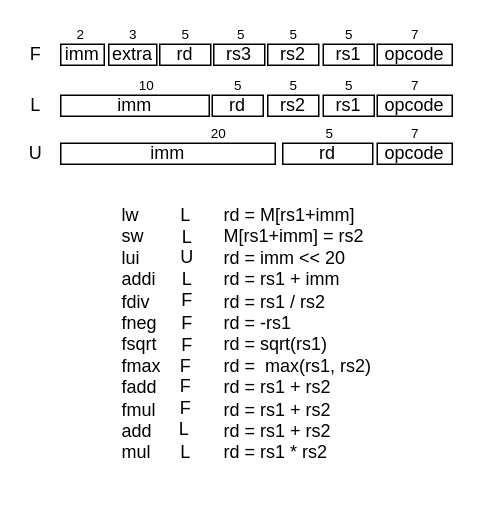
HaMeNopeDiot/hardware_gpu keeps this draw.io diagram as docs/starukhin_dissertation/images/svg/isa.drawio. Above is the earlier version. Source tidied: cells renumbered, new cells numbered last; positions are measured from the earlier drawing's top-left corner, leaving out a move shared by most shapes. Both pictures are drawn from the tidied source at 150%, with x=0, y=0 at pixel (26, 26).
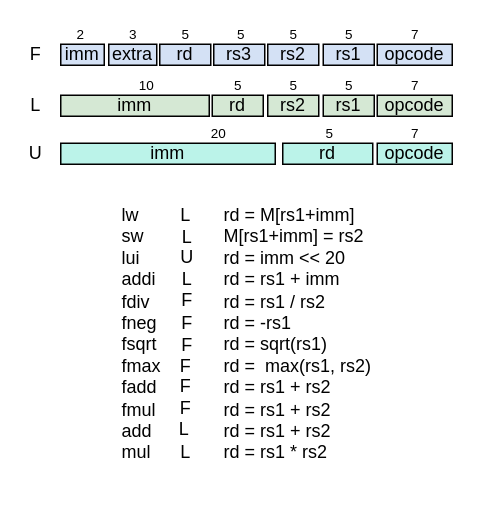
The same diagram, later.

Change to the diagram source:
```diff
@@
-    <mxCell id="4" value="&lt;font style=&quot;color: light-dark(rgb(0, 0, 0), rgb(0, 0, 0));&quot;&gt;rd&lt;/font&gt;" style="rounded=0;whiteSpace=wrap;html=1;fillColor=light-dark(#FFFFFF,#FFFFFF);strokeColor=light-dark(#000000,#000000);" parent="1" vertex="1">
+    <mxCell id="4" value="&lt;font style=&quot;color: light-dark(rgb(0, 0, 0), rgb(0, 0, 0));&quot;&gt;rd&lt;/font&gt;" style="rounded=0;whiteSpace=wrap;html=1;fillColor=light-dark(#BBF3E9,#FFFFFF);strokeColor=light-dark(#000000,#000000);" parent="1" vertex="1">
       <mxGeometry x="171" y="78" width="60" height="14" as="geometry" />
     </mxCell>
-    <mxCell id="5" value="&lt;font style=&quot;color: light-dark(rgb(0, 0, 0), rgb(0, 0, 0));&quot;&gt;imm&lt;/font&gt;" style="rounded=0;whiteSpace=wrap;html=1;fillColor=light-dark(#FFFFFF,#FFFFFF);strokeColor=light-dark(#000000,#000000);" parent="1" vertex="1">
+    <mxCell id="5" value="&lt;font style=&quot;color: light-dark(rgb(0, 0, 0), rgb(0, 0, 0));&quot;&gt;imm&lt;/font&gt;" style="rounded=0;whiteSpace=wrap;html=1;fillColor=light-dark(#BBF3E9,#FFFFFF);strokeColor=light-dark(#000000,#000000);" parent="1" vertex="1">
       <mxGeometry x="23" y="78" width="143" height="14" as="geometry" />
     </mxCell>
@@
-    <mxCell id="9" value="&lt;font style=&quot;color: light-dark(rgb(0, 0, 0), rgb(0, 0, 0));&quot;&gt;rd&lt;/font&gt;" style="rounded=0;whiteSpace=wrap;html=1;fillColor=light-dark(#FFFFFF,#FFFFFF);strokeColor=light-dark(#000000,#000000);" parent="1" vertex="1">
+    <mxCell id="9" value="&lt;font style=&quot;color: light-dark(rgb(0, 0, 0), rgb(0, 0, 0));&quot;&gt;rd&lt;/font&gt;" style="rounded=0;whiteSpace=wrap;html=1;fillColor=light-dark(#D5E8D4,#FFFFFF);strokeColor=light-dark(#000000,#000000);" parent="1" vertex="1">
       <mxGeometry x="124" y="46" width="34" height="14" as="geometry" />
     </mxCell>
-    <mxCell id="10" value="&lt;font style=&quot;color: light-dark(rgb(0, 0, 0), rgb(0, 0, 0));&quot;&gt;imm&lt;/font&gt;" style="rounded=0;whiteSpace=wrap;html=1;fillColor=light-dark(#FFFFFF,#FFFFFF);strokeColor=light-dark(#000000,#000000);" parent="1" vertex="1">
+    <mxCell id="10" value="&lt;font style=&quot;color: light-dark(rgb(0, 0, 0), rgb(0, 0, 0));&quot;&gt;imm&lt;/font&gt;" style="rounded=0;whiteSpace=wrap;html=1;fillColor=light-dark(#D5E8D4,#FFFFFF);strokeColor=light-dark(#000000,#000000);" parent="1" vertex="1">
       <mxGeometry x="23" y="46" width="99" height="14" as="geometry" />
     </mxCell>
@@
-    <mxCell id="12" value="&lt;font style=&quot;color: light-dark(rgb(0, 0, 0), rgb(0, 0, 0));&quot;&gt;opcode&lt;/font&gt;" style="rounded=0;whiteSpace=wrap;html=1;fillColor=light-dark(#FFFFFF,#FFFFFF);strokeColor=light-dark(#000000,#000000);" parent="1" vertex="1">
+    <mxCell id="12" value="&lt;font style=&quot;color: light-dark(rgb(0, 0, 0), rgb(0, 0, 0));&quot;&gt;opcode&lt;/font&gt;" style="rounded=0;whiteSpace=wrap;html=1;fillColor=light-dark(#D5E8D4,#FFFFFF);strokeColor=light-dark(#000000,#000000);" parent="1" vertex="1">
       <mxGeometry x="234" y="46" width="50" height="14" as="geometry" />
     </mxCell>
@@
-    <mxCell id="14" value="&lt;font style=&quot;color: light-dark(rgb(0, 0, 0), rgb(0, 0, 0));&quot;&gt;rs2&lt;/font&gt;" style="rounded=0;whiteSpace=wrap;html=1;fillColor=light-dark(#FFFFFF,#FFFFFF);strokeColor=light-dark(#000000,#000000);" parent="1" vertex="1">
+    <mxCell id="14" value="&lt;font style=&quot;color: light-dark(rgb(0, 0, 0), rgb(0, 0, 0));&quot;&gt;rs2&lt;/font&gt;" style="rounded=0;whiteSpace=wrap;html=1;fillColor=light-dark(#D5E8D4,#FFFFFF);strokeColor=light-dark(#000000,#000000);" parent="1" vertex="1">
       <mxGeometry x="161" y="46" width="34" height="14" as="geometry" />
     </mxCell>
-    <mxCell id="15" value="&lt;font style=&quot;color: light-dark(rgb(0, 0, 0), rgb(0, 0, 0));&quot;&gt;rs1&lt;/font&gt;" style="rounded=0;whiteSpace=wrap;html=1;fillColor=light-dark(#FFFFFF,#FFFFFF);strokeColor=light-dark(#000000,#000000);" parent="1" vertex="1">
+    <mxCell id="15" value="&lt;font style=&quot;color: light-dark(rgb(0, 0, 0), rgb(0, 0, 0));&quot;&gt;rs1&lt;/font&gt;" style="rounded=0;whiteSpace=wrap;html=1;fillColor=light-dark(#D5E8D4,#FFFFFF);strokeColor=light-dark(#000000,#000000);" parent="1" vertex="1">
       <mxGeometry x="198" y="46" width="34" height="14" as="geometry" />
     </mxCell>
@@
-    <mxCell id="25" value="&lt;font style=&quot;color: light-dark(rgb(0, 0, 0), rgb(0, 0, 0));&quot;&gt;rd&lt;/font&gt;" style="rounded=0;whiteSpace=wrap;html=1;fillColor=light-dark(#FFFFFF,#FFFFFF);strokeColor=light-dark(#000000,#000000);" parent="1" vertex="1">
+    <mxCell id="25" value="&lt;font style=&quot;color: light-dark(rgb(0, 0, 0), rgb(0, 0, 0));&quot;&gt;rd&lt;/font&gt;" style="rounded=0;whiteSpace=wrap;html=1;fillColor=light-dark(#D4E1F5,#FFFFFF);strokeColor=light-dark(#000000,#000000);" parent="1" vertex="1">
       <mxGeometry x="89" y="12" width="34" height="14" as="geometry" />
     </mxCell>
-    <mxCell id="26" value="&lt;font style=&quot;color: light-dark(rgb(0, 0, 0), rgb(0, 0, 0));&quot;&gt;imm&lt;/font&gt;" style="rounded=0;whiteSpace=wrap;html=1;fillColor=light-dark(#FFFFFF,#FFFFFF);strokeColor=light-dark(#000000,#000000);" parent="1" vertex="1">
+    <mxCell id="26" value="&lt;font style=&quot;color: light-dark(rgb(0, 0, 0), rgb(0, 0, 0));&quot;&gt;imm&lt;/font&gt;" style="rounded=0;whiteSpace=wrap;html=1;fillColor=light-dark(#D4E1F5,#FFFFFF);strokeColor=light-dark(#000000,#000000);" parent="1" vertex="1">
       <mxGeometry x="23" y="12" width="29" height="14" as="geometry" />
     </mxCell>
@@
-    <mxCell id="28" value="&lt;font style=&quot;color: light-dark(rgb(0, 0, 0), rgb(0, 0, 0));&quot;&gt;opcode&lt;/font&gt;" style="rounded=0;whiteSpace=wrap;html=1;fillColor=light-dark(#FFFFFF,#FFFFFF);strokeColor=light-dark(#000000,#000000);" parent="1" vertex="1">
+    <mxCell id="28" value="&lt;font style=&quot;color: light-dark(rgb(0, 0, 0), rgb(0, 0, 0));&quot;&gt;opcode&lt;/font&gt;" style="rounded=0;whiteSpace=wrap;html=1;fillColor=light-dark(#D4E1F5,#FFFFFF);strokeColor=light-dark(#000000,#000000);" parent="1" vertex="1">
       <mxGeometry x="234" y="12" width="50" height="14" as="geometry" />
     </mxCell>
@@
-    <mxCell id="30" value="&lt;font style=&quot;color: light-dark(rgb(0, 0, 0), rgb(0, 0, 0));&quot;&gt;rs2&lt;/font&gt;" style="rounded=0;whiteSpace=wrap;html=1;fillColor=light-dark(#FFFFFF,#FFFFFF);strokeColor=light-dark(#000000,#000000);" parent="1" vertex="1">
+    <mxCell id="30" value="&lt;font style=&quot;color: light-dark(rgb(0, 0, 0), rgb(0, 0, 0));&quot;&gt;rs2&lt;/font&gt;" style="rounded=0;whiteSpace=wrap;html=1;fillColor=light-dark(#D4E1F5,#FFFFFF);strokeColor=light-dark(#000000,#000000);" parent="1" vertex="1">
       <mxGeometry x="161" y="12" width="34" height="14" as="geometry" />
     </mxCell>
-    <mxCell id="31" value="&lt;font style=&quot;color: light-dark(rgb(0, 0, 0), rgb(0, 0, 0));&quot;&gt;rs1&lt;/font&gt;" style="rounded=0;whiteSpace=wrap;html=1;fillColor=light-dark(#FFFFFF,#FFFFFF);strokeColor=light-dark(#000000,#000000);" parent="1" vertex="1">
+    <mxCell id="31" value="&lt;font style=&quot;color: light-dark(rgb(0, 0, 0), rgb(0, 0, 0));&quot;&gt;rs1&lt;/font&gt;" style="rounded=0;whiteSpace=wrap;html=1;fillColor=light-dark(#D4E1F5,#FFFFFF);strokeColor=light-dark(#000000,#000000);" parent="1" vertex="1">
       <mxGeometry x="198" y="12" width="34" height="14" as="geometry" />
     </mxCell>
@@
-    <mxCell id="36" value="&lt;font style=&quot;color: light-dark(rgb(0, 0, 0), rgb(0, 0, 0));&quot;&gt;rs3&lt;/font&gt;" style="rounded=0;whiteSpace=wrap;html=1;fillColor=light-dark(#FFFFFF,#FFFFFF);strokeColor=light-dark(#000000,#000000);" parent="1" vertex="1">
+    <mxCell id="36" value="&lt;font style=&quot;color: light-dark(rgb(0, 0, 0), rgb(0, 0, 0));&quot;&gt;rs3&lt;/font&gt;" style="rounded=0;whiteSpace=wrap;html=1;fillColor=light-dark(#D4E1F5,#FFFFFF);strokeColor=light-dark(#000000,#000000);" parent="1" vertex="1">
       <mxGeometry x="125" y="12" width="34" height="14" as="geometry" />
     </mxCell>
@@
-    <mxCell id="39" value="&lt;font style=&quot;color: light-dark(rgb(0, 0, 0), rgb(0, 0, 0));&quot;&gt;extra&lt;/font&gt;" style="rounded=0;whiteSpace=wrap;html=1;fillColor=light-dark(#FFFFFF,#FFFFFF);strokeColor=light-dark(#000000,#000000);" parent="1" vertex="1">
+    <mxCell id="39" value="&lt;font style=&quot;color: light-dark(rgb(0, 0, 0), rgb(0, 0, 0));&quot;&gt;extra&lt;/font&gt;" style="rounded=0;whiteSpace=wrap;html=1;fillColor=light-dark(#D4E1F5,#FFFFFF);strokeColor=light-dark(#000000,#000000);" parent="1" vertex="1">
       <mxGeometry x="55" y="12" width="32" height="14" as="geometry" />
     </mxCell>
@@
-    <mxCell id="46" value="&lt;font style=&quot;color: light-dark(rgb(0, 0, 0), rgb(0, 0, 0));&quot;&gt;opcode&lt;/font&gt;" style="rounded=0;whiteSpace=wrap;html=1;fillColor=light-dark(#FFFFFF,#FFFFFF);strokeColor=light-dark(#000000,#000000);" parent="1" vertex="1">
+    <mxCell id="46" value="&lt;font style=&quot;color: light-dark(rgb(0, 0, 0), rgb(0, 0, 0));&quot;&gt;opcode&lt;/font&gt;" style="rounded=0;whiteSpace=wrap;html=1;fillColor=light-dark(#BBF3E9,#FFFFFF);strokeColor=light-dark(#000000,#000000);" parent="1" vertex="1">
       <mxGeometry x="234" y="78" width="50" height="14" as="geometry" />
     </mxCell>
```
